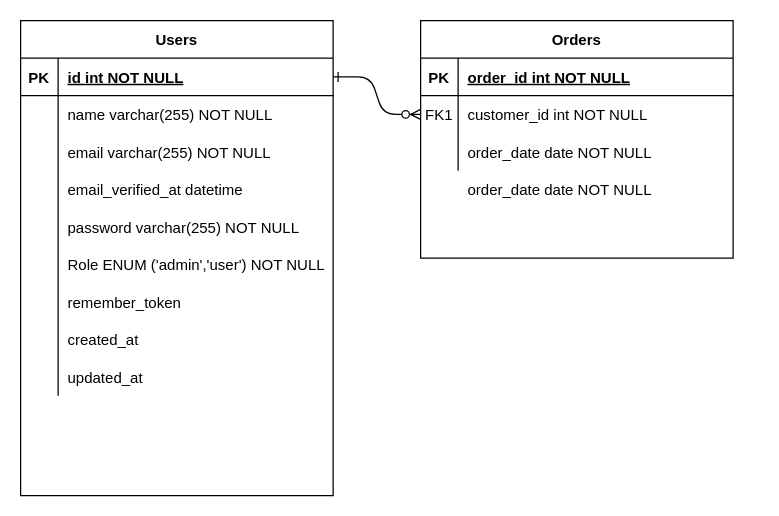
CodebarPhantom/aws-diagram keeps this draw.io diagram as user-rekening-kemenkes.drawio. Above is the earlier version. Source tidied: cells renumbered, new cells numbered last; positions are measured from the earlier drawing's top-left corner, leaving out a move shared by most shapes. Both pictures are drawn from the tidied source at 125%, with x=0, y=0 at pixel (20, 20).
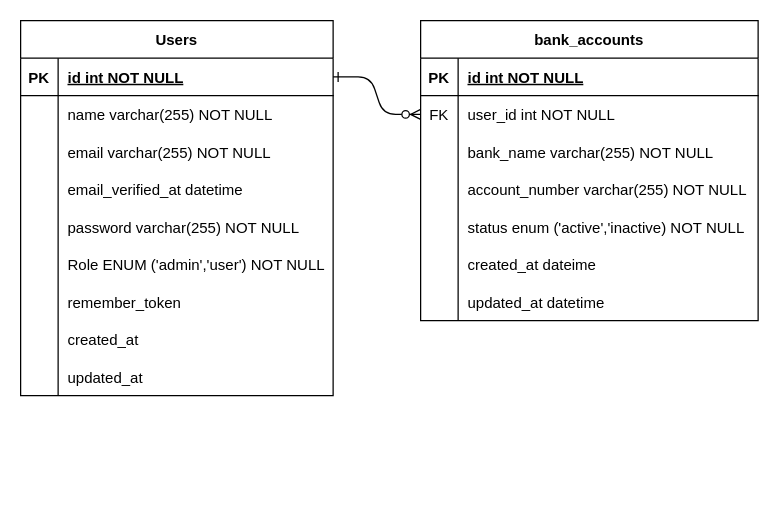
Above is the later version.

The edit, as a diff of the source:
```diff
@@
-    <mxCell id="3" value="Orders" style="shape=table;startSize=30;childLayout=tableLayout;rowLines=0;fontStyle=1;align=center;" parent="1" vertex="1">
-      <mxGeometry x="320" width="250" height="190" as="geometry" />
+    <mxCell id="3" value="bank_accounts" style="shape=table;startSize=30;childLayout=tableLayout;rowLines=0;fontStyle=1;align=center;" parent="1" vertex="1">
+      <mxGeometry x="320" width="270" height="240" as="geometry" />
     </mxCell>
     <mxCell id="4" style="shape=partialRectangle;fillColor=none;top=0;left=0;right=0;bottom=1;" parent="3" vertex="1">
-      <mxGeometry y="30" width="250" height="30" as="geometry" />
+      <mxGeometry y="30" width="270" height="30" as="geometry" />
     </mxCell>
@@
-    <mxCell id="6" value="order_id int NOT NULL " style="shape=partialRectangle;overflow=hidden;fillColor=none;top=0;left=0;bottom=0;right=0;align=left;spacingLeft=6;fontStyle=5;" parent="4" vertex="1">
-      <mxGeometry x="30" width="220" height="30" as="geometry" />
+    <mxCell id="6" value="id int NOT NULL " style="shape=partialRectangle;overflow=hidden;fillColor=none;top=0;left=0;bottom=0;right=0;align=left;spacingLeft=6;fontStyle=5;" parent="4" vertex="1">
+      <mxGeometry x="30" width="240" height="30" as="geometry" />
     </mxCell>
     <mxCell id="7" style="shape=partialRectangle;fillColor=none;points=[[0,0.5],[1,0.5]];portConstraint=eastwest;top=0;left=0;right=0;bottom=0;" parent="3" vertex="1">
-      <mxGeometry y="60" width="250" height="30" as="geometry" />
+      <mxGeometry y="60" width="270" height="30" as="geometry" />
     </mxCell>
-    <mxCell id="8" value="FK1" style="shape=partialRectangle;overflow=hidden;fillColor=none;top=0;left=0;bottom=0;right=0;" parent="7" vertex="1">
+    <mxCell id="8" value="FK" style="shape=partialRectangle;overflow=hidden;fillColor=none;top=0;left=0;bottom=0;right=0;" parent="7" vertex="1">
       <mxGeometry width="30" height="30" as="geometry" />
     </mxCell>
-    <mxCell id="9" value="customer_id int NOT NULL" style="shape=partialRectangle;overflow=hidden;fillColor=none;top=0;left=0;bottom=0;right=0;align=left;spacingLeft=6;" parent="7" vertex="1">
-      <mxGeometry x="30" width="220" height="30" as="geometry" />
+    <mxCell id="9" value="user_id int NOT NULL" style="shape=partialRectangle;overflow=hidden;fillColor=none;top=0;left=0;bottom=0;right=0;align=left;spacingLeft=6;" parent="7" vertex="1">
+      <mxGeometry x="30" width="240" height="30" as="geometry" />
     </mxCell>
     <mxCell id="10" style="shape=partialRectangle;fillColor=none;top=0;left=0;right=0;bottom=0;" parent="3" vertex="1">
-      <mxGeometry y="90" width="250" height="30" as="geometry" />
+      <mxGeometry y="90" width="270" height="30" as="geometry" />
     </mxCell>
@@
-    <mxCell id="12" value="order_date date NOT NULL" style="shape=partialRectangle;overflow=hidden;fillColor=none;top=0;left=0;bottom=0;right=0;align=left;spacingLeft=6;" parent="10" vertex="1">
-      <mxGeometry x="30" width="220" height="30" as="geometry" />
+    <mxCell id="12" value="bank_name varchar(255) NOT NULL" style="shape=partialRectangle;overflow=hidden;fillColor=none;top=0;left=0;bottom=0;right=0;align=left;spacingLeft=6;" parent="10" vertex="1">
+      <mxGeometry x="30" width="240" height="30" as="geometry" />
     </mxCell>
+    <mxCell id="42" style="shape=tableRow;horizontal=0;startSize=0;swimlaneHead=0;swimlaneBody=0;fillColor=none;top=0;left=0;right=0;bottom=0;" parent="3" vertex="1">
+      <mxGeometry y="120" width="270" height="30" as="geometry" />
+    </mxCell>
+    <mxCell id="43" style="shape=partialRectangle;fillColor=none;top=0;left=0;bottom=0;right=0;overflow=hidden;" parent="42" vertex="1">
+      <mxGeometry width="30" height="30" as="geometry" />
+    </mxCell>
+    <mxCell id="44" value="account_number varchar(255) NOT NULL" style="shape=partialRectangle;fillColor=none;top=0;left=0;bottom=0;right=0;align=left;spacingLeft=6;overflow=hidden;" parent="42" vertex="1">
+      <mxGeometry x="30" width="240" height="30" as="geometry" />
+    </mxCell>
+    <mxCell id="45" style="shape=tableRow;horizontal=0;startSize=0;swimlaneHead=0;swimlaneBody=0;fillColor=none;top=0;left=0;right=0;bottom=0;" parent="3" vertex="1">
+      <mxGeometry y="150" width="270" height="30" as="geometry" />
+    </mxCell>
+    <mxCell id="46" style="shape=partialRectangle;fillColor=none;top=0;left=0;bottom=0;right=0;overflow=hidden;" parent="45" vertex="1">
+      <mxGeometry width="30" height="30" as="geometry" />
+    </mxCell>
+    <mxCell id="47" value="status enum ('active','inactive) NOT NULL" style="shape=partialRectangle;fillColor=none;top=0;left=0;bottom=0;right=0;align=left;spacingLeft=6;overflow=hidden;" parent="45" vertex="1">
+      <mxGeometry x="30" width="240" height="30" as="geometry" />
+    </mxCell>
+    <mxCell id="48" style="shape=tableRow;horizontal=0;startSize=0;swimlaneHead=0;swimlaneBody=0;fillColor=none;top=0;left=0;right=0;bottom=0;" parent="3" vertex="1">
+      <mxGeometry y="180" width="270" height="30" as="geometry" />
+    </mxCell>
+    <mxCell id="49" style="shape=partialRectangle;fillColor=none;top=0;left=0;bottom=0;right=0;overflow=hidden;" parent="48" vertex="1">
+      <mxGeometry width="30" height="30" as="geometry" />
+    </mxCell>
+    <mxCell id="50" value="created_at dateime" style="shape=partialRectangle;fillColor=none;top=0;left=0;bottom=0;right=0;align=left;spacingLeft=6;overflow=hidden;" parent="48" vertex="1">
+      <mxGeometry x="30" width="240" height="30" as="geometry" />
+    </mxCell>
+    <mxCell id="51" style="shape=tableRow;horizontal=0;startSize=0;swimlaneHead=0;swimlaneBody=0;fillColor=none;top=0;left=0;right=0;bottom=0;" parent="3" vertex="1">
+      <mxGeometry y="210" width="270" height="30" as="geometry" />
+    </mxCell>
+    <mxCell id="52" style="shape=partialRectangle;fillColor=none;top=0;left=0;bottom=0;right=0;overflow=hidden;" parent="51" vertex="1">
+      <mxGeometry width="30" height="30" as="geometry" />
+    </mxCell>
+    <mxCell id="53" value="updated_at datetime" style="shape=partialRectangle;fillColor=none;top=0;left=0;bottom=0;right=0;align=left;spacingLeft=6;overflow=hidden;" parent="51" vertex="1">
+      <mxGeometry x="30" width="240" height="30" as="geometry" />
+    </mxCell>
     <mxCell id="13" value="Users" style="shape=table;startSize=30;childLayout=tableLayout;rowLines=0;fontStyle=1;align=center;" parent="1" vertex="1">
-      <mxGeometry width="250" height="380" as="geometry" />
+      <mxGeometry width="250" height="300" as="geometry" />
     </mxCell>
@@
-    <mxCell id="41" value="order_date date NOT NULL" style="shape=partialRectangle;overflow=hidden;fillColor=none;top=0;left=0;bottom=0;right=0;align=left;spacingLeft=6;" parent="1" vertex="1">
-      <mxGeometry x="350" y="120" width="220" height="30" as="geometry" />
-    </mxCell>
```
